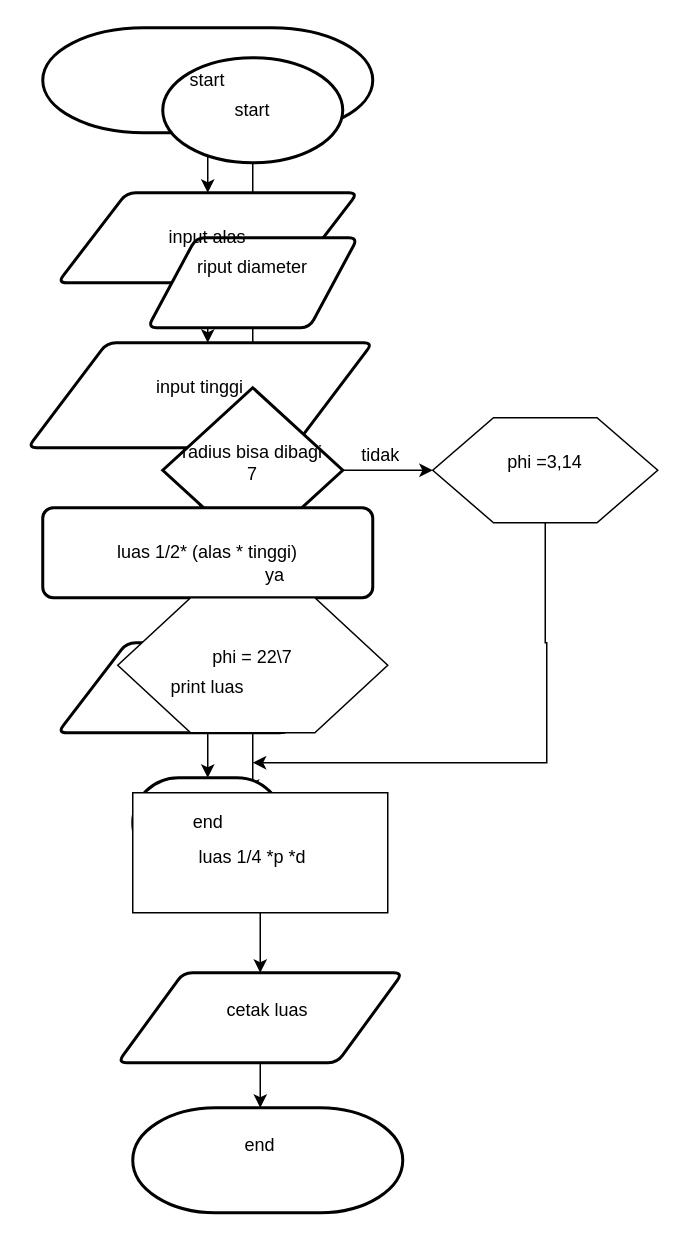
The draw.io diagram Untitled Diagram.drawio in muhammadfirmansyah51/algo_A_muhammadfirmansyah, before the edit. Source tidied: cells renumbered, new cells numbered last; positions are measured from the earlier drawing's top-left corner, leaving out a move shared by most shapes. Both pictures are drawn from the tidied source at 150%, with x=0, y=0 at pixel (27, 27).
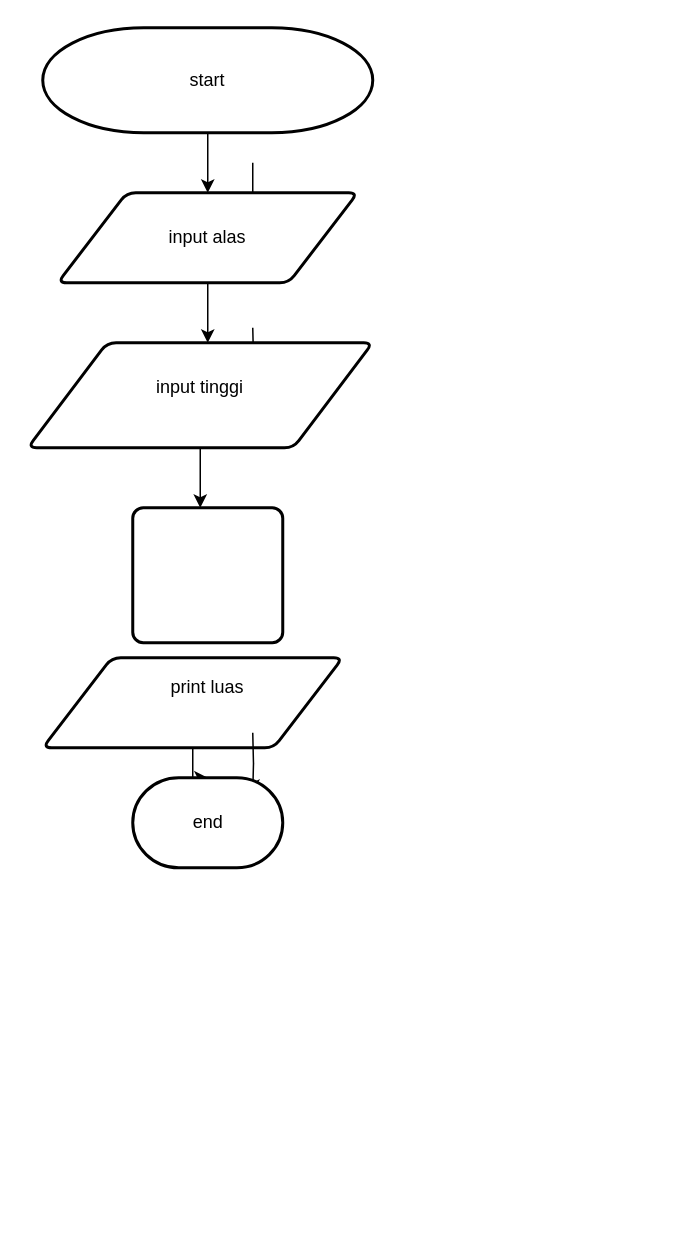
The same page after the edit.

The edit, as a diff of the source:
```diff
@@
-    <mxCell id="3" style="edgeStyle=orthogonalEdgeStyle;rounded=0;jettySize=auto;html=1;" parent="1" edge="1" source="5">
+    <mxCell id="3" style="edgeStyle=orthogonalEdgeStyle;rounded=0;orthogonalLoop=1;jettySize=auto;html=1;" parent="1" edge="1">
       <mxGeometry relative="1" as="geometry">
+        <mxPoint x="150" y="90" as="sourcePoint" />
         <mxPoint x="150" y="140" as="targetPoint" />
       </mxGeometry>
     </mxCell>
@@
-    <mxCell id="5" style="strokeWidth=2;html=1;shape=mxgraph.flowchart.start_1;whiteSpace=wrap;" parent="1" vertex="1">
-      <mxGeometry x="90" y="20" width="120" height="70" as="geometry" />
-    </mxCell>
@@
-    <mxCell id="7" style="edgeStyle=orthogonalEdgeStyle;rounded=0;jettySize=auto;html=1;exitX=0.5;exitY=1;exitDx=0;exitDy=0;" parent="1" edge="1" source="9">
+    <mxCell id="7" style="edgeStyle=orthogonalEdgeStyle;rounded=0;orthogonalLoop=1;jettySize=auto;html=1;exitX=0.5;exitY=1;exitDx=0;exitDy=0;" parent="1" edge="1">
       <mxGeometry relative="1" as="geometry">
+        <mxPoint x="150" y="200" as="sourcePoint" />
         <mxPoint x="150" y="240" as="targetPoint" />
       </mxGeometry>
     </mxCell>
@@
-    <mxCell id="9" style="shape=parallelogram;html=1;strokeWidth=2;perimeter=parallelogramPerimeter;whiteSpace=wrap;rounded=1;arcSize=12;size=0.23;" parent="1" vertex="1">
-      <mxGeometry x="80" y="140" width="140" height="60" as="geometry" />
-    </mxCell>
@@
-    <mxCell id="11" style="edgeStyle=orthogonalEdgeStyle;rounded=0;jettySize=auto;html=1;" parent="1" edge="1" source="15">
-      <mxGeometry relative="1" as="geometry">
-        <mxPoint x="270" y="295" as="targetPoint" />
-      </mxGeometry>
-    </mxCell>
@@
-    <mxCell id="13" style="edgeStyle=orthogonalEdgeStyle;rounded=0;jettySize=auto;html=1;" parent="1" edge="1" source="15" target="23">
-      <mxGeometry relative="1" as="geometry" />
-    </mxCell>
-    <mxCell id="14" style="edgeStyle=orthogonalEdgeStyle;rounded=0;jettySize=auto;html=1;" parent="1" edge="1" source="16" target="20">
-      <mxGeometry relative="1" as="geometry" />
-    </mxCell>
-    <mxCell id="15" style="strokeWidth=2;html=1;shape=mxgraph.flowchart.decision;whiteSpace=wrap;" parent="1" vertex="1">
-      <mxGeometry x="90" y="240" width="120" height="110" as="geometry" />
-    </mxCell>
-    <mxCell id="16" style="rounded=1;whiteSpace=wrap;html=1;absoluteArcSize=1;arcSize=14;strokeWidth=2;" parent="1" vertex="1">
-      <mxGeometry x="10" y="320" width="220" height="60" as="geometry" />
-    </mxCell>
-    <mxCell id="17" style="edgeStyle=orthogonalEdgeStyle;rounded=0;jettySize=auto;html=1;" parent="1" edge="1" source="19">
-      <mxGeometry relative="1" as="geometry">
-        <mxPoint x="150" y="490" as="targetPoint" />
-        <Array as="points">
-          <mxPoint x="345" y="410" />
-          <mxPoint x="346" y="410" />
-        </Array>
-      </mxGeometry>
-    </mxCell>
@@
-    <mxCell id="19" style="verticalLabelPosition=bottom;verticalAlign=top;html=1;shape=hexagon;perimeter=hexagonPerimeter2;arcSize=6;size=0.27;" parent="1" vertex="1">
-      <mxGeometry x="270" y="260" width="150" height="70" as="geometry" />
-    </mxCell>
     <mxCell id="20" style="shape=parallelogram;html=1;strokeWidth=2;perimeter=parallelogramPerimeter;whiteSpace=wrap;rounded=1;arcSize=12;size=0.23;" parent="1" vertex="1">
-      <mxGeometry x="20" y="410" width="200" height="60" as="geometry" />
+      <mxGeometry x="10" y="420" width="200" height="60" as="geometry" />
     </mxCell>
-    <mxCell id="21" style="edgeStyle=orthogonalEdgeStyle;rounded=0;jettySize=auto;html=1;" parent="1" edge="1" source="23">
+    <mxCell id="21" style="edgeStyle=orthogonalEdgeStyle;rounded=0;orthogonalLoop=1;jettySize=auto;html=1;" parent="1" edge="1">
       <mxGeometry relative="1" as="geometry">
+        <mxPoint x="150" y="470" as="sourcePoint" />
         <mxPoint x="150" y="510" as="targetPoint" />
       </mxGeometry>
     </mxCell>
@@
-    <mxCell id="23" style="verticalLabelPosition=bottom;verticalAlign=top;html=1;shape=hexagon;perimeter=hexagonPerimeter2;arcSize=6;size=0.27;" parent="1" vertex="1">
-      <mxGeometry x="60" y="380" width="180" height="90" as="geometry" />
-    </mxCell>
@@
-    <mxCell id="25" style="edgeStyle=orthogonalEdgeStyle;rounded=0;jettySize=auto;html=1;" parent="1" edge="1" source="27">
-      <mxGeometry relative="1" as="geometry">
-        <mxPoint x="155" y="630" as="targetPoint" />
-      </mxGeometry>
-    </mxCell>
@@
-    <mxCell id="27" style="rounded=0;whiteSpace=wrap;html=1;" parent="1" vertex="1">
-      <mxGeometry x="70" y="510" width="170" height="80" as="geometry" />
-    </mxCell>
@@
-    <mxCell id="29" style="edgeStyle=orthogonalEdgeStyle;rounded=0;jettySize=auto;html=1;exitX=0.5;exitY=1;exitDx=0;exitDy=0;" parent="1" edge="1" source="31">
-      <mxGeometry relative="1" as="geometry">
-        <mxPoint x="155" y="720" as="targetPoint" />
-      </mxGeometry>
-    </mxCell>
-    <mxCell id="30" value="luas 1/2* (alas * tinggi)" style="text;html=1;strokeColor=none;fillColor=none;align=center;verticalAlign=middle;whiteSpace=wrap;rounded=0;" parent="1" vertex="1">
-      <mxGeometry x="55" y="310" width="130" height="80" as="geometry" />
-    </mxCell>
-    <mxCell id="31" style="shape=parallelogram;html=1;strokeWidth=2;perimeter=parallelogramPerimeter;whiteSpace=wrap;rounded=1;arcSize=12;size=0.23;" parent="1" vertex="1">
-      <mxGeometry x="60" y="630" width="190" height="60" as="geometry" />
-    </mxCell>
@@
-    <mxCell id="33" style="strokeWidth=2;html=1;shape=mxgraph.flowchart.terminator;whiteSpace=wrap;" parent="1" vertex="1">
-      <mxGeometry x="70" y="720" width="180" height="70" as="geometry" />
-    </mxCell>
@@
-    <mxCell id="35" value="start" style="text;html=1;strokeColor=none;fillColor=none;align=center;verticalAlign=middle;whiteSpace=wrap;rounded=0;" parent="1" vertex="1">
-      <mxGeometry x="120" y="40" width="60" height="30" as="geometry" />
-    </mxCell>
-    <mxCell id="36" value="riput diameter" style="text;html=1;strokeColor=none;fillColor=none;align=center;verticalAlign=middle;whiteSpace=wrap;rounded=0;" parent="1" vertex="1">
-      <mxGeometry x="105" y="140" width="90" height="40" as="geometry" />
-    </mxCell>
-    <mxCell id="37" value="radius bisa dibagi 7" style="text;html=1;strokeColor=none;fillColor=none;align=center;verticalAlign=middle;whiteSpace=wrap;rounded=0;" parent="1" vertex="1">
-      <mxGeometry x="100" y="270" width="100" height="40" as="geometry" />
-    </mxCell>
-    <mxCell id="38" value="phi =3,14" style="text;html=1;strokeColor=none;fillColor=none;align=center;verticalAlign=middle;whiteSpace=wrap;rounded=0;" parent="1" vertex="1">
-      <mxGeometry x="315" y="275" width="60" height="30" as="geometry" />
-    </mxCell>
-    <mxCell id="39" value="phi = 22\7" style="text;html=1;strokeColor=none;fillColor=none;align=center;verticalAlign=middle;whiteSpace=wrap;rounded=0;" parent="1" vertex="1">
-      <mxGeometry x="100" y="390" width="100" height="60" as="geometry" />
-    </mxCell>
-    <mxCell id="40" value="luas 1/4 *p *d" style="text;html=1;strokeColor=none;fillColor=none;align=center;verticalAlign=middle;whiteSpace=wrap;rounded=0;" parent="1" vertex="1">
-      <mxGeometry x="110" y="535" width="80" height="35" as="geometry" />
-    </mxCell>
-    <mxCell id="41" value="cetak luas " style="text;html=1;strokeColor=none;fillColor=none;align=center;verticalAlign=middle;whiteSpace=wrap;rounded=0;" parent="1" vertex="1">
-      <mxGeometry x="130" y="640" width="60" height="30" as="geometry" />
-    </mxCell>
-    <mxCell id="42" value="end" style="text;html=1;strokeColor=none;fillColor=none;align=center;verticalAlign=middle;whiteSpace=wrap;rounded=0;" parent="1" vertex="1">
-      <mxGeometry x="125" y="730" width="60" height="30" as="geometry" />
-    </mxCell>
-    <mxCell id="43" value="ya" style="text;html=1;strokeColor=none;fillColor=none;align=center;verticalAlign=middle;whiteSpace=wrap;rounded=0;" parent="1" vertex="1">
-      <mxGeometry x="135" y="350" width="60" height="30" as="geometry" />
-    </mxCell>
-    <mxCell id="44" value="tidak" style="text;html=1;align=center;verticalAlign=middle;strokeColor=none;fillColor=none;" parent="1" vertex="1">
-      <mxGeometry x="210" y="270" width="50" height="30" as="geometry" />
-    </mxCell>
+    <mxCell id="45" style="rounded=1;whiteSpace=wrap;html=1;absoluteArcSize=1;arcSize=14;strokeWidth=2;" parent="1" vertex="1">
+      <mxGeometry x="70" y="320" width="100" height="90" as="geometry" />
+    </mxCell>
```
